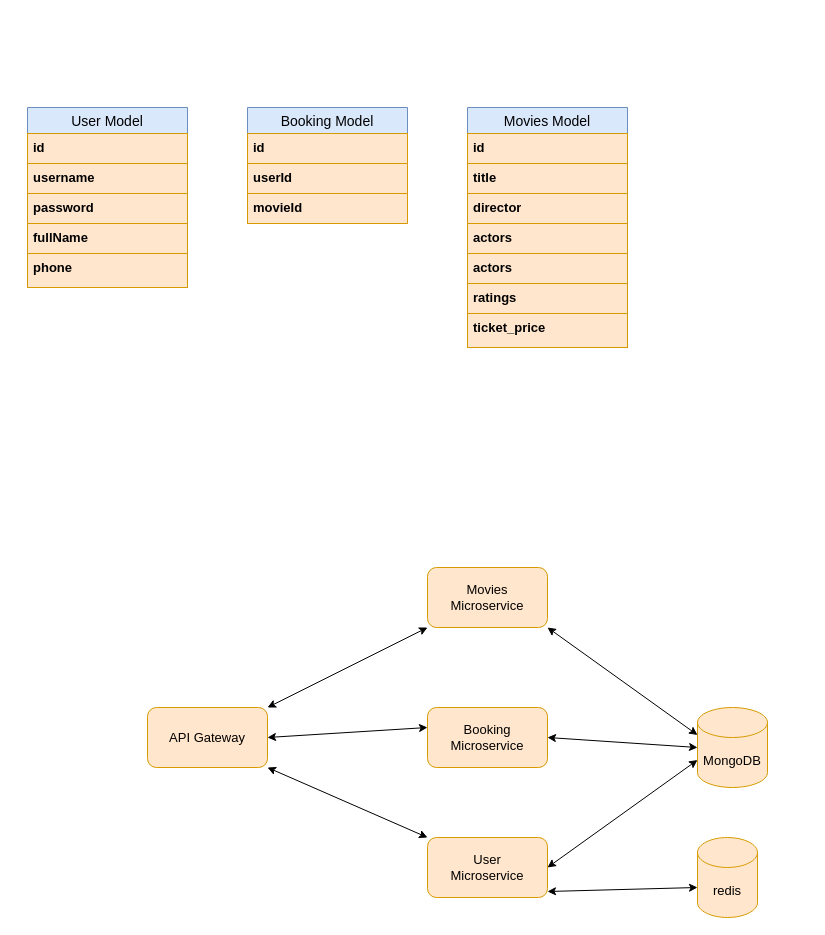
Before: ERD.drawio in dashbh/ticket-booking, a draw.io diagram. Source tidied: cells renumbered, new cells numbered last; positions are measured from the earlier drawing's top-left corner, leaving out a move shared by most shapes. Both pictures are drawn from the tidied source at 100%, with x=0, y=0 at pixel (27, 107).
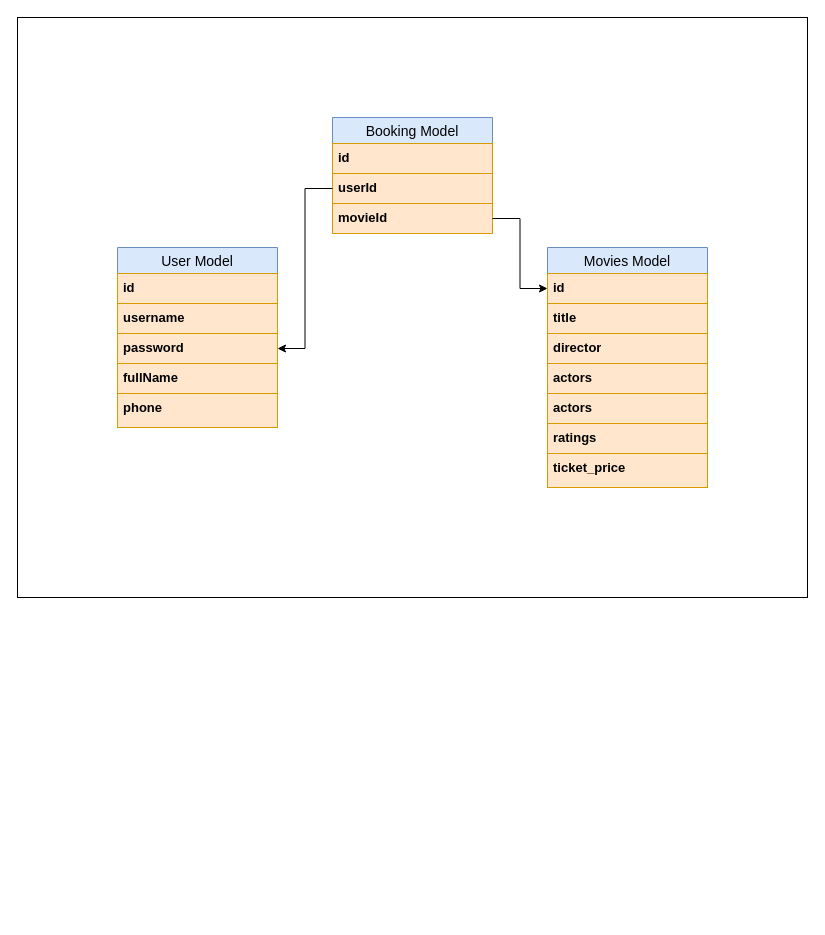
The same diagram, later.

Commit message (it also covers changes not shown here):
Added ER Diagram & Project architecture

The change refers to these unchanged cells:
```xml
<mxCell id="7" value="password" style="text;strokeColor=#d79b00;fillColor=#ffe6cc;spacingLeft=4;spacingRight=4;overflow=hidden;points=[[0,0.5],[1,0.5]];portConstraint=eastwest;fontSize=13;whiteSpace=wrap;html=1;fontStyle=1;" parent="4" vertex="1">
  <mxGeometry y="86" width="160" height="30" as="geometry" />
</mxCell>
<mxCell id="12" value="userId" style="text;strokeColor=#d79b00;fillColor=#ffe6cc;spacingLeft=4;spacingRight=4;overflow=hidden;points=[[0,0.5],[1,0.5]];portConstraint=eastwest;fontSize=13;whiteSpace=wrap;html=1;fontStyle=1;" parent="10" vertex="1">
  <mxGeometry y="56" width="160" height="30" as="geometry" />
</mxCell>
<mxCell id="13" value="movieId" style="text;strokeColor=#d79b00;fillColor=#ffe6cc;spacingLeft=4;spacingRight=4;overflow=hidden;points=[[0,0.5],[1,0.5]];portConstraint=eastwest;fontSize=13;whiteSpace=wrap;html=1;fontStyle=1;" parent="10" vertex="1">
  <mxGeometry y="86" width="160" height="30" as="geometry" />
</mxCell>
<mxCell id="15" value="id" style="text;strokeColor=#d79b00;fillColor=#ffe6cc;spacingLeft=4;spacingRight=4;overflow=hidden;points=[[0,0.5],[1,0.5]];portConstraint=eastwest;fontSize=13;whiteSpace=wrap;html=1;fontStyle=1;" parent="14" vertex="1">
  <mxGeometry y="26" width="160" height="30" as="geometry" />
</mxCell>
```

Change to the diagram source:
```diff
@@
+    <mxCell id="35" style="rounded=0;whiteSpace=wrap;html=1;fillColor=default;" parent="1" vertex="1">
+      <mxGeometry x="-10" y="-90" width="790" height="580" as="geometry" />
+    </mxCell>
@@
     <mxCell id="4" value="User Model" style="swimlane;fontStyle=0;horizontal=1;startSize=26;align=center;fontSize=14;fillColor=#dae8fc;strokeColor=#6c8ebf;" parent="1" vertex="1">
-      <mxGeometry width="160" height="180" as="geometry" />
+      <mxGeometry x="90" y="140" width="160" height="180" as="geometry" />
     </mxCell>
@@
     <mxCell id="10" value="Booking Model" style="swimlane;fontStyle=0;horizontal=1;startSize=26;align=center;fontSize=14;fillColor=#dae8fc;strokeColor=#6c8ebf;" parent="1" vertex="1">
-      <mxGeometry x="220" width="160" height="116" as="geometry" />
+      <mxGeometry x="305" y="10" width="160" height="116" as="geometry" />
     </mxCell>
@@
     <mxCell id="14" value="Movies Model" style="swimlane;fontStyle=0;horizontal=1;startSize=26;align=center;fontSize=14;fillColor=#dae8fc;strokeColor=#6c8ebf;" parent="1" vertex="1">
-      <mxGeometry x="440" width="160" height="240" as="geometry" />
+      <mxGeometry x="520" y="140" width="160" height="240" as="geometry" />
     </mxCell>
@@
-    <mxCell id="22" value="API Gateway" style="rounded=1;whiteSpace=wrap;html=1;strokeColor=#d79b00;fontFamily=Helvetica;fontSize=13;fontColor=default;fillColor=#ffe6cc;gradientColor=none;" parent="1" vertex="1">
-      <mxGeometry x="120" y="600" width="120" height="60" as="geometry" />
-    </mxCell>
-    <mxCell id="23" value="User &lt;br&gt;Microservice" style="rounded=1;whiteSpace=wrap;html=1;strokeColor=#d79b00;fontFamily=Helvetica;fontSize=13;fontColor=default;fillColor=#ffe6cc;gradientColor=none;" parent="1" vertex="1">
-      <mxGeometry x="400" y="730" width="120" height="60" as="geometry" />
-    </mxCell>
-    <mxCell id="24" value="Booking Microservice" style="rounded=1;whiteSpace=wrap;html=1;strokeColor=#d79b00;fontFamily=Helvetica;fontSize=13;fontColor=default;fillColor=#ffe6cc;gradientColor=none;" parent="1" vertex="1">
-      <mxGeometry x="400" y="600" width="120" height="60" as="geometry" />
-    </mxCell>
-    <mxCell id="25" value="Movies&lt;br&gt;Microservice" style="rounded=1;whiteSpace=wrap;html=1;strokeColor=#d79b00;fontFamily=Helvetica;fontSize=13;fontColor=default;fillColor=#ffe6cc;gradientColor=none;" parent="1" vertex="1">
-      <mxGeometry x="400" y="460" width="120" height="60" as="geometry" />
-    </mxCell>
-    <mxCell id="26" style="endArrow=classic;startArrow=classic;html=1;rounded=0;fontFamily=Helvetica;fontSize=13;fontColor=default;exitX=1;exitY=0;exitDx=0;exitDy=0;entryX=0;entryY=1;entryDx=0;entryDy=0;" parent="1" edge="1" source="22" target="25">
-      <mxGeometry relative="1" as="geometry" />
-    </mxCell>
-    <mxCell id="27" style="endArrow=classic;startArrow=classic;html=1;rounded=0;fontFamily=Helvetica;fontSize=13;fontColor=default;exitX=1;exitY=1;exitDx=0;exitDy=0;entryX=0;entryY=0;entryDx=0;entryDy=0;" parent="1" edge="1" source="22" target="23">
-      <mxGeometry relative="1" as="geometry" />
-    </mxCell>
-    <mxCell id="28" style="endArrow=classic;startArrow=classic;html=1;rounded=0;fontFamily=Helvetica;fontSize=13;fontColor=default;exitX=1;exitY=0.5;exitDx=0;exitDy=0;" parent="1" edge="1" source="22">
-      <mxGeometry relative="1" as="geometry">
-        <mxPoint x="400" y="620" as="targetPoint" />
-      </mxGeometry>
-    </mxCell>
-    <mxCell id="29" value="MongoDB" style="shape=cylinder3;whiteSpace=wrap;html=1;boundedLbl=1;backgroundOutline=1;size=15;strokeColor=#d79b00;fontFamily=Helvetica;fontSize=13;fontColor=default;fillColor=#ffe6cc;gradientColor=none;" parent="1" vertex="1">
-      <mxGeometry x="670" y="600" width="70" height="80" as="geometry" />
-    </mxCell>
-    <mxCell id="30" style="endArrow=classic;startArrow=classic;html=1;rounded=0;fontFamily=Helvetica;fontSize=13;fontColor=default;entryX=0;entryY=0;entryDx=0;entryDy=27.5;entryPerimeter=0;exitX=1;exitY=1;exitDx=0;exitDy=0;" parent="1" edge="1" source="25" target="29">
-      <mxGeometry relative="1" as="geometry" />
-    </mxCell>
-    <mxCell id="31" style="endArrow=classic;startArrow=classic;html=1;rounded=0;fontFamily=Helvetica;fontSize=13;fontColor=default;entryX=0;entryY=0.5;entryDx=0;entryDy=0;entryPerimeter=0;exitX=1;exitY=1;exitDx=0;exitDy=0;" parent="1" edge="1" target="29">
-      <mxGeometry relative="1" as="geometry">
-        <mxPoint x="520" y="630" as="sourcePoint" />
-      </mxGeometry>
-    </mxCell>
-    <mxCell id="32" style="endArrow=classic;startArrow=classic;html=1;rounded=0;fontFamily=Helvetica;fontSize=13;fontColor=default;entryX=0;entryY=0;entryDx=0;entryDy=52.5;entryPerimeter=0;exitX=1;exitY=1;exitDx=0;exitDy=0;" parent="1" edge="1" target="29">
-      <mxGeometry relative="1" as="geometry">
-        <mxPoint x="520" y="760" as="sourcePoint" />
-      </mxGeometry>
-    </mxCell>
-    <mxCell id="33" value="redis" style="shape=cylinder3;whiteSpace=wrap;html=1;boundedLbl=1;backgroundOutline=1;size=15;strokeColor=#d79b00;fontFamily=Helvetica;fontSize=13;fontColor=default;fillColor=#ffe6cc;gradientColor=none;" parent="1" vertex="1">
-      <mxGeometry x="670" y="730" width="60" height="80" as="geometry" />
-    </mxCell>
-    <mxCell id="34" style="endArrow=classic;startArrow=classic;html=1;rounded=0;fontFamily=Helvetica;fontSize=13;fontColor=default;exitX=1;exitY=0.9;exitDx=0;exitDy=0;exitPerimeter=0;" parent="1" edge="1" source="23">
-      <mxGeometry relative="1" as="geometry">
-        <mxPoint x="670" y="780" as="targetPoint" />
-      </mxGeometry>
-    </mxCell>
+    <mxCell id="36" style="edgeStyle=orthogonalEdgeStyle;rounded=0;jettySize=auto;html=1;" parent="1" edge="1" source="12" target="7">
+      <mxGeometry relative="1" as="geometry" />
+    </mxCell>
+    <mxCell id="37" style="edgeStyle=orthogonalEdgeStyle;rounded=0;jettySize=auto;html=1;exitX=1;exitY=0.5;exitDx=0;exitDy=0;entryX=0;entryY=0.5;entryDx=0;entryDy=0;" parent="1" edge="1" source="13" target="15">
+      <mxGeometry relative="1" as="geometry" />
+    </mxCell>
```
